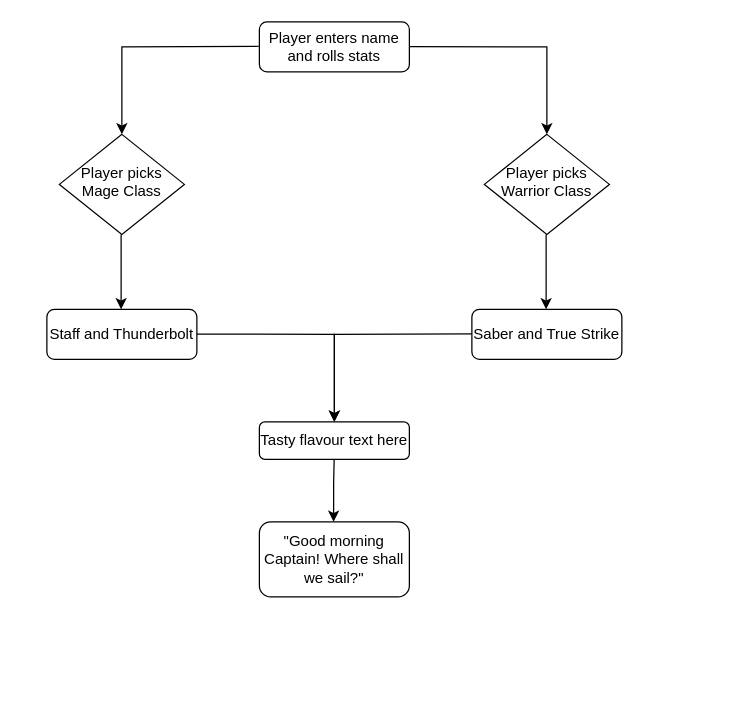
This is storyPath.drawio from sagesaintsalem/finalproject, a draw.io file, before an edit. Source tidied: cells renumbered, new cells numbered last; positions are measured from the earlier drawing's top-left corner, leaving out a move shared by most shapes. Both pictures are drawn from the tidied source at 125%, with x=0, y=0 at pixel (46, 21).
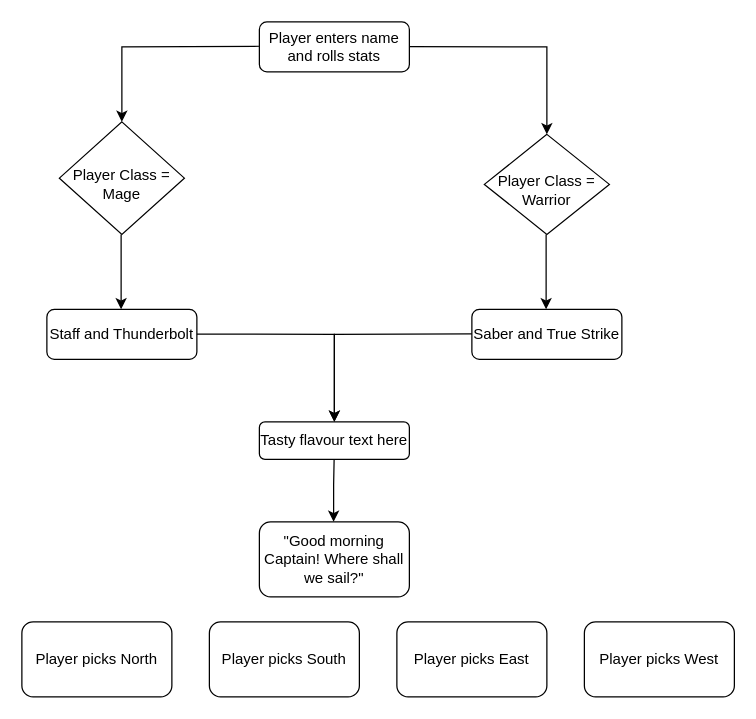
The same diagram, later.

Change to the diagram source:
```diff
@@
-    <mxCell id="4" value="Player picks Mage Class" style="rhombus;whiteSpace=wrap;html=1;shadow=0;fontFamily=Helvetica;fontSize=12;align=center;strokeWidth=1;spacing=6;spacingTop=-4;" parent="1" vertex="1">
-      <mxGeometry x="10" y="90" width="100" height="80" as="geometry" />
+    <mxCell id="4" value="&lt;br&gt;&lt;div&gt;Player Class = Mage&lt;/div&gt;" style="rhombus;whiteSpace=wrap;html=1;shadow=0;fontFamily=Helvetica;fontSize=12;align=center;strokeWidth=1;spacing=6;spacingTop=-4;" parent="1" vertex="1">
+      <mxGeometry x="10" y="80" width="100" height="90" as="geometry" />
     </mxCell>
@@
-    <mxCell id="6" value="&lt;div&gt;Player picks Warrior Class&lt;/div&gt;" style="rhombus;whiteSpace=wrap;html=1;shadow=0;fontFamily=Helvetica;fontSize=12;align=center;strokeWidth=1;spacing=6;spacingTop=-4;" parent="1" vertex="1">
+    <mxCell id="6" value="&lt;div&gt;&lt;br&gt;&lt;/div&gt;&lt;div&gt;Player Class = Warrior&lt;/div&gt;" style="rhombus;whiteSpace=wrap;html=1;shadow=0;fontFamily=Helvetica;fontSize=12;align=center;strokeWidth=1;spacing=6;spacingTop=-4;" parent="1" vertex="1">
       <mxGeometry x="350" y="90" width="100" height="80" as="geometry" />
     </mxCell>
@@
+    <mxCell id="16" value="Player picks North" style="rounded=1;whiteSpace=wrap;html=1;" parent="1" vertex="1">
+      <mxGeometry x="-20" y="480" width="120" height="60" as="geometry" />
+    </mxCell>
+    <mxCell id="17" value="Player picks South" style="rounded=1;whiteSpace=wrap;html=1;" parent="1" vertex="1">
+      <mxGeometry x="130" y="480" width="120" height="60" as="geometry" />
+    </mxCell>
+    <mxCell id="18" value="Player picks East" style="rounded=1;whiteSpace=wrap;html=1;" parent="1" vertex="1">
+      <mxGeometry x="280" y="480" width="120" height="60" as="geometry" />
+    </mxCell>
+    <mxCell id="19" value="Player picks West" style="rounded=1;whiteSpace=wrap;html=1;" parent="1" vertex="1">
+      <mxGeometry x="430" y="480" width="120" height="60" as="geometry" />
+    </mxCell>
```
